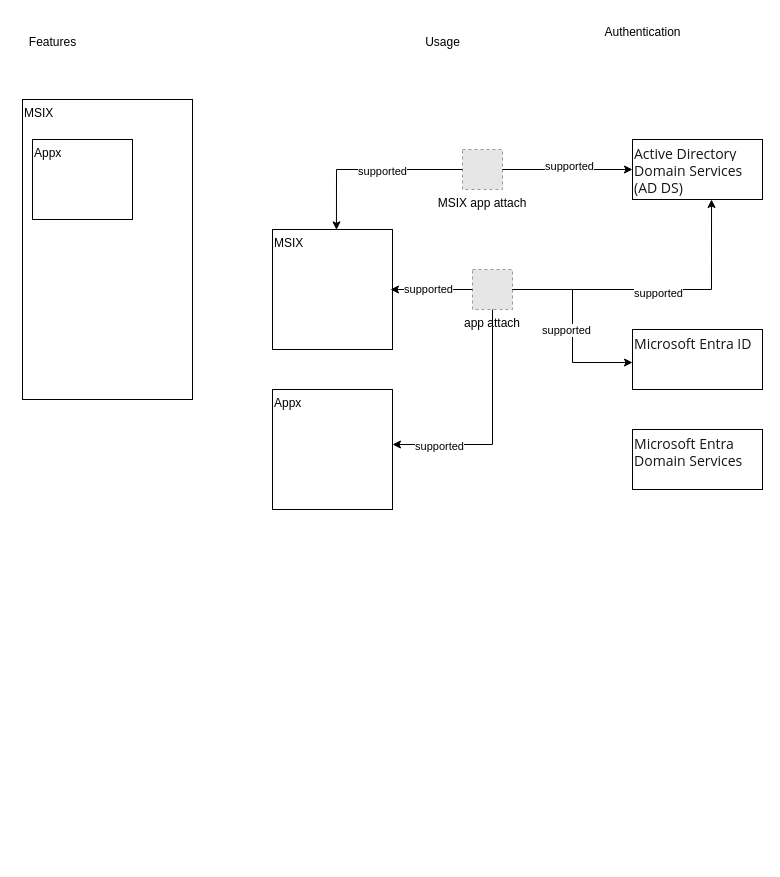
Earlier version of the draw.io diagram page "Apps" (3 of 3) of Azure/Azure Virtual Desktop.drawio (jikuja/diagrams.net). Source tidied: cells renumbered, new cells numbered last; positions are measured from the earlier drawing's top-left corner, leaving out a move shared by most shapes. Both pictures are drawn from the tidied source at 100%, with x=0, y=0 at pixel (17, 17). Pictures stored in the file or linked from it are replaced by grey dashed boxes.
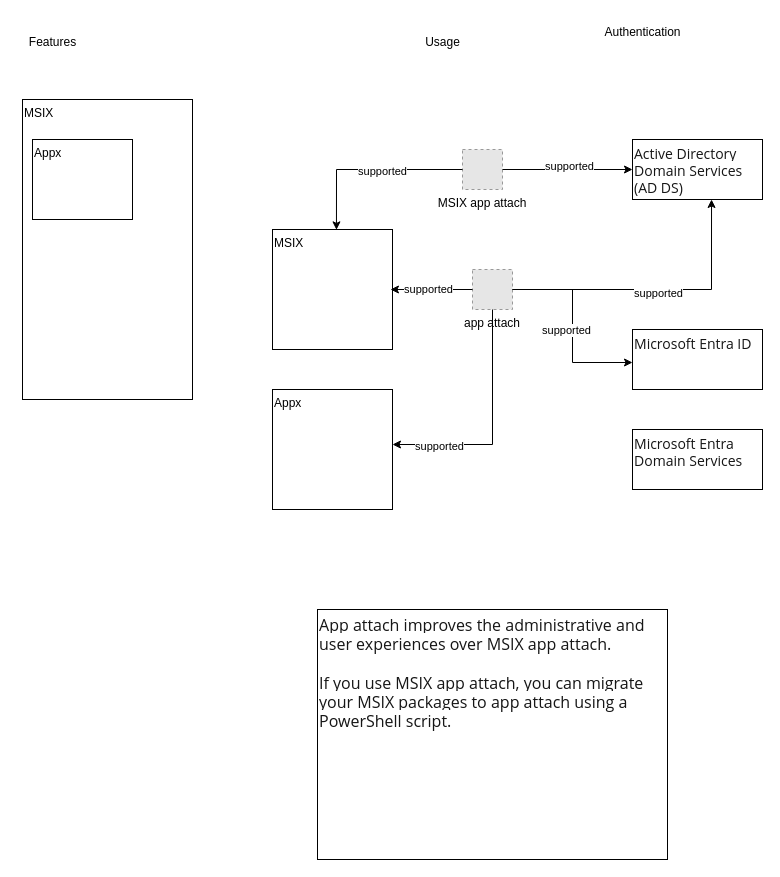
The same diagram, later.

Diff of the diagram source:
```diff
@@
+    <mxCell id="26" value="&lt;span style=&quot;color: rgb(22, 22, 22); font-family: &amp;quot;Segoe UI&amp;quot;, SegoeUI, &amp;quot;Helvetica Neue&amp;quot;, Helvetica, Arial, sans-serif; font-size: 16px; background-color: rgb(255, 255, 255);&quot;&gt;App attach improves the administrative and user experiences over MSIX app attach.&lt;/span&gt;&lt;div&gt;&lt;span style=&quot;color: rgb(22, 22, 22); font-family: &amp;quot;Segoe UI&amp;quot;, SegoeUI, &amp;quot;Helvetica Neue&amp;quot;, Helvetica, Arial, sans-serif; font-size: 16px; background-color: rgb(255, 255, 255);&quot;&gt;&amp;nbsp;&lt;/span&gt;&lt;/div&gt;&lt;div&gt;&lt;span style=&quot;background-color: rgb(255, 255, 255); color: rgb(22, 22, 22); font-family: &amp;quot;Segoe UI&amp;quot;, SegoeUI, &amp;quot;Helvetica Neue&amp;quot;, Helvetica, Arial, sans-serif; font-size: 16px;&quot;&gt;If you use MSIX app attach, you can migrate your MSIX packages to app attach using a PowerShell script.&lt;/span&gt;&lt;/div&gt;" style="text;html=1;align=left;verticalAlign=top;strokeColor=default;fillColor=none;whiteSpace=wrap;" parent="1" vertex="1">
+      <mxGeometry x="300" y="592" width="350" height="250" as="geometry" />
+    </mxCell>
```
